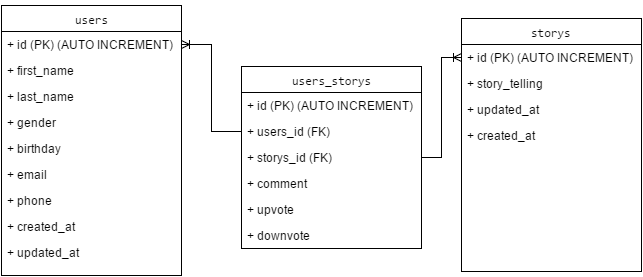
Earlier version of the draw.io export schema_forum.png (cross-fox-2017/schema-forum). Source tidied: cells renumbered, new cells last; positions are measured from the earlier drawing's top-left corner, leaving out a move shared by most shapes.
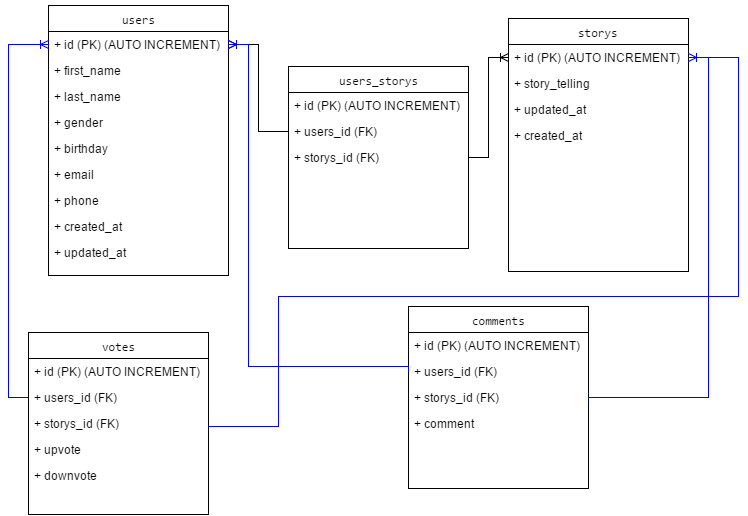
The same diagram one commit later.

Commit message:
Revisi Schema Done

Diff of the diagram source:
```diff
@@ -59,20 +59,76 @@
     <mxCell id="20" value="+ storys_id (FK)" style="text;html=1;strokeColor=none;fillColor=none;align=left;verticalAlign=top;spacingLeft=4;spacingRight=4;whiteSpace=wrap;overflow=hidden;points=[[0,0.5],[1,0.5]];portConstraint=eastwest;" parent="17" vertex="1">
       <mxGeometry y="78" width="180" height="26" as="geometry" />
     </mxCell>
-    <mxCell id="21" value="+ comment" style="text;html=1;strokeColor=none;fillColor=none;align=left;verticalAlign=top;spacingLeft=4;spacingRight=4;whiteSpace=wrap;overflow=hidden;" parent="17" vertex="1">
-      <mxGeometry y="104" width="180" height="26" as="geometry" />
-    </mxCell>
+    <mxCell id="24" style="edgeStyle=orthogonalEdgeStyle;rounded=0;html=1;startArrow=none;startFill=0;endArrow=ERoneToMany;endFill=0;jettySize=auto;" parent="1" edge="1" source="19" target="3">
+      <mxGeometry relative="1" as="geometry" />
+    </mxCell>
+    <mxCell id="25" style="edgeStyle=orthogonalEdgeStyle;rounded=0;html=1;startArrow=none;startFill=0;endArrow=ERoneToMany;endFill=0;jettySize=auto;" parent="1" edge="1" source="20" target="13">
+      <mxGeometry relative="1" as="geometry" />
+    </mxCell>
+    <mxCell id="26" value="&lt;pre&gt;&lt;pre&gt;votes&lt;/pre&gt;&lt;/pre&gt;" style="swimlane;html=1;fontStyle=0;horizontal=1;startSize=26;fillColor=none;swimlaneFillColor=#ffffff;" parent="1" vertex="1">
+      <mxGeometry x="-20" y="327" width="180" height="182" as="geometry" />
+    </mxCell>
+    <mxCell id="27" value="+&amp;nbsp;&lt;span&gt;id (PK) (&lt;/span&gt;&lt;span&gt;AUTO INCREMENT)&lt;/span&gt;" style="text;html=1;strokeColor=none;fillColor=none;align=left;verticalAlign=top;spacingLeft=4;spacingRight=4;whiteSpace=wrap;overflow=hidden;" parent="26" vertex="1">
+      <mxGeometry y="26" width="180" height="26" as="geometry" />
+    </mxCell>
+    <mxCell id="28" value="+ users_id (FK)" style="text;html=1;strokeColor=none;fillColor=none;align=left;verticalAlign=top;spacingLeft=4;spacingRight=4;whiteSpace=wrap;overflow=hidden;" parent="26" vertex="1">
+      <mxGeometry y="52" width="180" height="26" as="geometry" />
+    </mxCell>
+    <mxCell id="29" value="+ storys_id (FK)" style="text;html=1;strokeColor=none;fillColor=none;align=left;verticalAlign=top;spacingLeft=4;spacingRight=4;whiteSpace=wrap;overflow=hidden;points=[[0,0.5],[1,0.5]];portConstraint=eastwest;" parent="26" vertex="1">
+      <mxGeometry y="78" width="180" height="26" as="geometry" />
+    </mxCell>
-    <mxCell id="22" value="+ upvote" style="text;html=1;strokeColor=none;fillColor=none;align=left;verticalAlign=top;spacingLeft=4;spacingRight=4;whiteSpace=wrap;overflow=hidden;" parent="17" vertex="1">
-      <mxGeometry y="130" width="180" height="26" as="geometry" />
+    <mxCell id="22" value="+ upvote" style="text;html=1;strokeColor=none;fillColor=none;align=left;verticalAlign=top;spacingLeft=4;spacingRight=4;whiteSpace=wrap;overflow=hidden;" parent="26" vertex="1">
+      <mxGeometry y="104" width="180" height="26" as="geometry" />
     </mxCell>
-    <mxCell id="23" value="+ downvote" style="text;html=1;strokeColor=none;fillColor=none;align=left;verticalAlign=top;spacingLeft=4;spacingRight=4;whiteSpace=wrap;overflow=hidden;" parent="17" vertex="1">
-      <mxGeometry y="156" width="180" height="26" as="geometry" />
+    <mxCell id="23" value="+ downvote" style="text;html=1;strokeColor=none;fillColor=none;align=left;verticalAlign=top;spacingLeft=4;spacingRight=4;whiteSpace=wrap;overflow=hidden;" parent="26" vertex="1">
+      <mxGeometry y="130" width="180" height="26" as="geometry" />
     </mxCell>
-    <mxCell id="24" style="edgeStyle=orthogonalEdgeStyle;rounded=0;html=1;startArrow=none;startFill=0;endArrow=ERoneToMany;endFill=0;jettySize=auto;" parent="1" edge="1" source="19" target="3">
-      <mxGeometry relative="1" as="geometry" />
-    </mxCell>
-    <mxCell id="25" style="edgeStyle=orthogonalEdgeStyle;rounded=0;html=1;startArrow=none;startFill=0;endArrow=ERoneToMany;endFill=0;jettySize=auto;" parent="1" edge="1" source="20" target="13">
-      <mxGeometry relative="1" as="geometry" />
-    </mxCell>
+    <mxCell id="30" value="&lt;pre&gt;&lt;pre&gt;comments&lt;/pre&gt;&lt;/pre&gt;" style="swimlane;html=1;fontStyle=0;horizontal=1;startSize=26;fillColor=none;swimlaneFillColor=#ffffff;" parent="1" vertex="1">
+      <mxGeometry x="360" y="301" width="180" height="182" as="geometry" />
+    </mxCell>
+    <mxCell id="31" value="+&amp;nbsp;&lt;span&gt;id (PK) (&lt;/span&gt;&lt;span&gt;AUTO INCREMENT)&lt;/span&gt;" style="text;html=1;strokeColor=none;fillColor=none;align=left;verticalAlign=top;spacingLeft=4;spacingRight=4;whiteSpace=wrap;overflow=hidden;" parent="30" vertex="1">
+      <mxGeometry y="26" width="180" height="26" as="geometry" />
+    </mxCell>
+    <mxCell id="32" value="+ users_id (FK)" style="text;html=1;strokeColor=none;fillColor=none;align=left;verticalAlign=top;spacingLeft=4;spacingRight=4;whiteSpace=wrap;overflow=hidden;points=[[0,0.5],[1,0.5]];portConstraint=eastwest;" parent="30" vertex="1">
+      <mxGeometry y="52" width="180" height="26" as="geometry" />
+    </mxCell>
+    <mxCell id="33" value="+ storys_id (FK)" style="text;html=1;strokeColor=none;fillColor=none;align=left;verticalAlign=top;spacingLeft=4;spacingRight=4;whiteSpace=wrap;overflow=hidden;points=[[0,0.5],[1,0.5]];portConstraint=eastwest;" parent="30" vertex="1">
+      <mxGeometry y="78" width="180" height="26" as="geometry" />
+    </mxCell>
+    <mxCell id="21" value="+ comment" style="text;html=1;strokeColor=none;fillColor=none;align=left;verticalAlign=top;spacingLeft=4;spacingRight=4;whiteSpace=wrap;overflow=hidden;" parent="30" vertex="1">
+      <mxGeometry y="104" width="180" height="26" as="geometry" />
+    </mxCell>
+    <mxCell id="34" style="edgeStyle=orthogonalEdgeStyle;rounded=0;html=1;entryX=0;entryY=0.5;startArrow=ERoneToMany;startFill=0;endArrow=none;endFill=0;jettySize=auto;strokeColor=#0000FF;" parent="1" edge="1" source="3" target="32">
+      <mxGeometry relative="1" as="geometry">
+        <Array as="points">
+          <mxPoint x="200" y="39" />
+          <mxPoint x="200" y="361" />
+          <mxPoint x="360" y="361" />
+        </Array>
+      </mxGeometry>
+    </mxCell>
+    <mxCell id="35" style="edgeStyle=orthogonalEdgeStyle;rounded=0;html=1;startArrow=ERoneToMany;startFill=0;endArrow=none;endFill=0;jettySize=auto;strokeColor=#0000FF;entryX=1;entryY=0.615;entryPerimeter=0;" parent="1" edge="1" source="13" target="29">
+      <mxGeometry relative="1" as="geometry">
+        <Array as="points">
+          <mxPoint x="690" y="52" />
+          <mxPoint x="690" y="291" />
+          <mxPoint x="230" y="291" />
+          <mxPoint x="230" y="421" />
+        </Array>
+      </mxGeometry>
+    </mxCell>
+    <mxCell id="36" style="edgeStyle=orthogonalEdgeStyle;rounded=0;html=1;entryX=1;entryY=0.5;startArrow=ERoneToMany;startFill=0;endArrow=none;endFill=0;jettySize=auto;strokeColor=#0000FF;" parent="1" edge="1" source="33" target="13">
+      <mxGeometry relative="1" as="geometry" />
+    </mxCell>
+    <mxCell id="37" style="edgeStyle=orthogonalEdgeStyle;rounded=0;html=1;startArrow=ERoneToMany;startFill=0;endArrow=none;endFill=0;jettySize=auto;strokeColor=#0000FF;" parent="1" edge="1" source="3">
+      <mxGeometry relative="1" as="geometry">
+        <mxPoint x="-21" y="392" as="targetPoint" />
+        <Array as="points">
+          <mxPoint x="-40" y="39" />
+          <mxPoint x="-40" y="392" />
+          <mxPoint x="-21" y="392" />
+        </Array>
+      </mxGeometry>
+    </mxCell>
   </root>
 </mxGraphModel>
```
